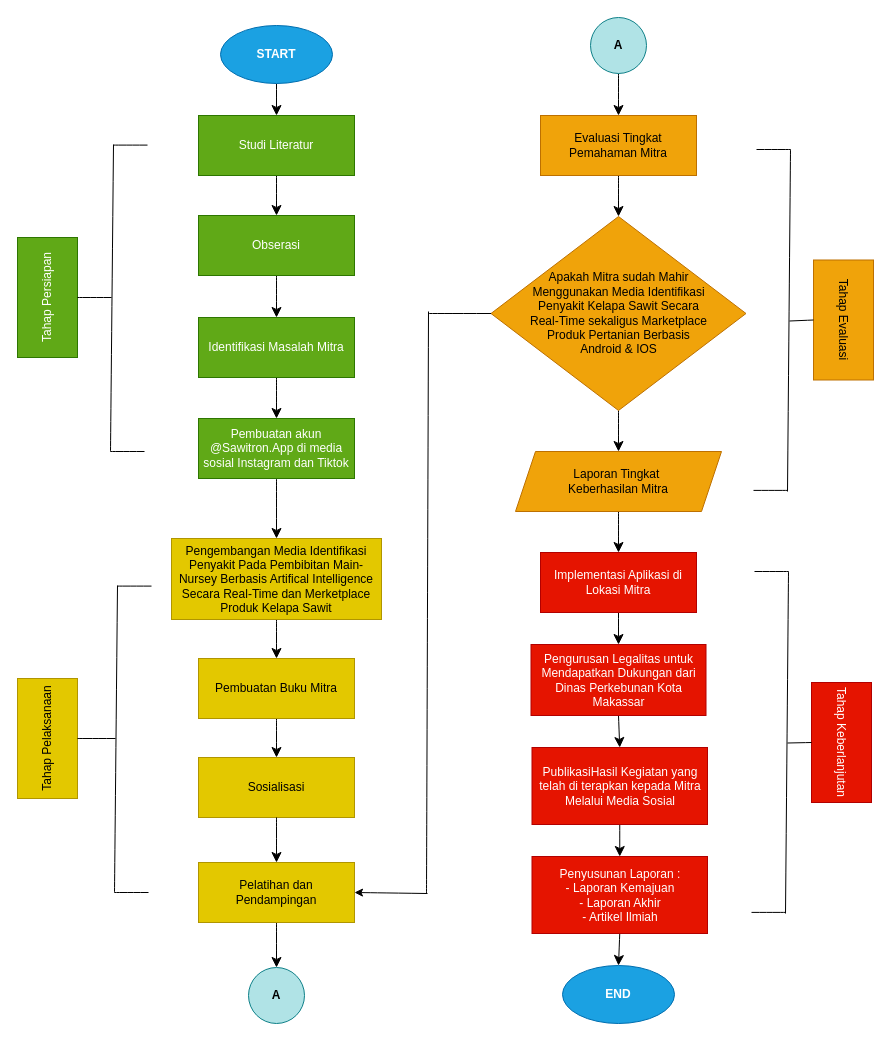
Earlier version of the draw.io diagram Metode Riset.drawio (NahwaKakaa/Draw.Io). Source tidied: cells renumbered, new cells numbered last; positions are measured from the earlier drawing's top-left corner, leaving out a move shared by most shapes. Both pictures are drawn from the tidied source at 100%, with x=0, y=0 at pixel (-13, 17).
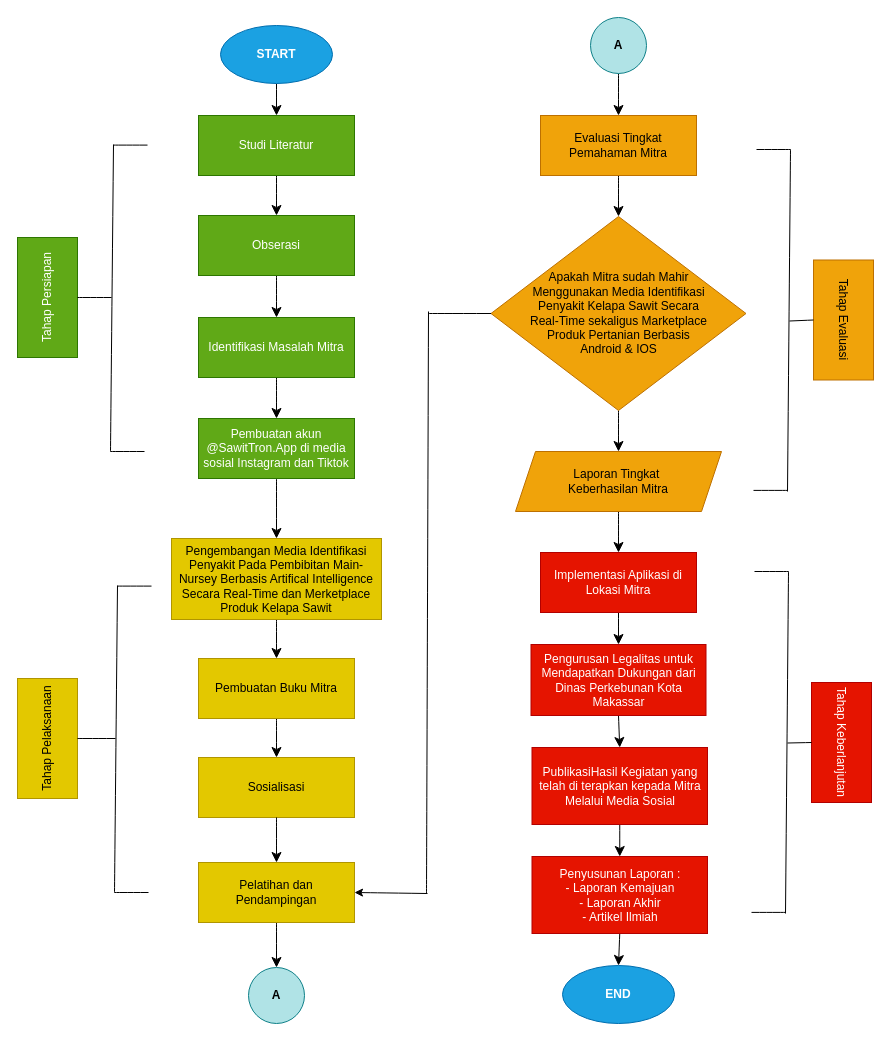
After the change.

Change to the diagram source:
```diff
@@
-    <mxCell id="11" value="&lt;p&gt;Pembuatan akun @Sawitron.App di media sosial Instagram dan Tiktok&lt;/p&gt;" style="rounded=0;whiteSpace=wrap;html=1;fillColor=#60a917;fontColor=#ffffff;strokeColor=#2D7600;" parent="1" vertex="1">
+    <mxCell id="11" value="&lt;p&gt;Pembuatan akun @SawitTron.App di media sosial Instagram dan Tiktok&lt;/p&gt;" style="rounded=0;whiteSpace=wrap;html=1;fillColor=#60a917;fontColor=#ffffff;strokeColor=#2D7600;" parent="1" vertex="1">
       <mxGeometry x="211" y="401" width="156" height="60" as="geometry" />
     </mxCell>
```
